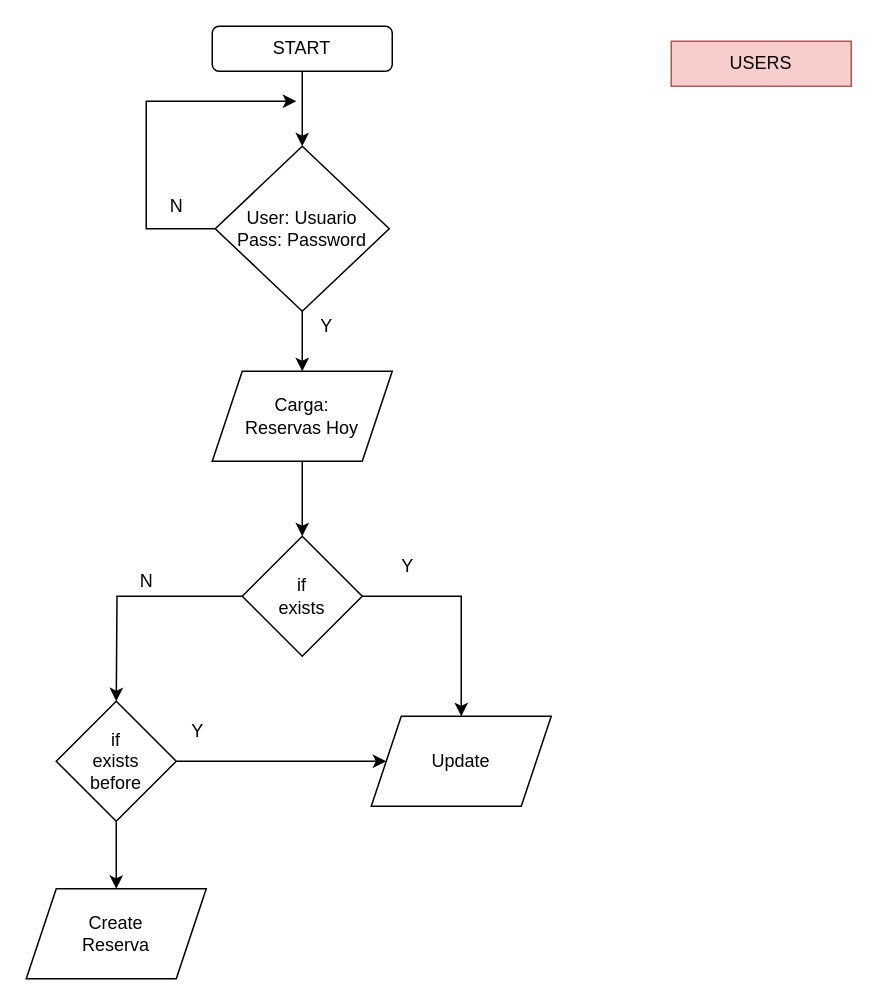
Earlier version of the draw.io diagram page "BackEnd - Users" (1 of 2) of web-checkin/Algorithm - Back End.drawio (danielo101/db-diagrams). Source tidied: cells renumbered, new cells numbered last; positions are measured from the earlier drawing's top-left corner, leaving out a move shared by most shapes. Both pictures are drawn from the tidied source at 150%, with x=0, y=0 at pixel (26, 26).
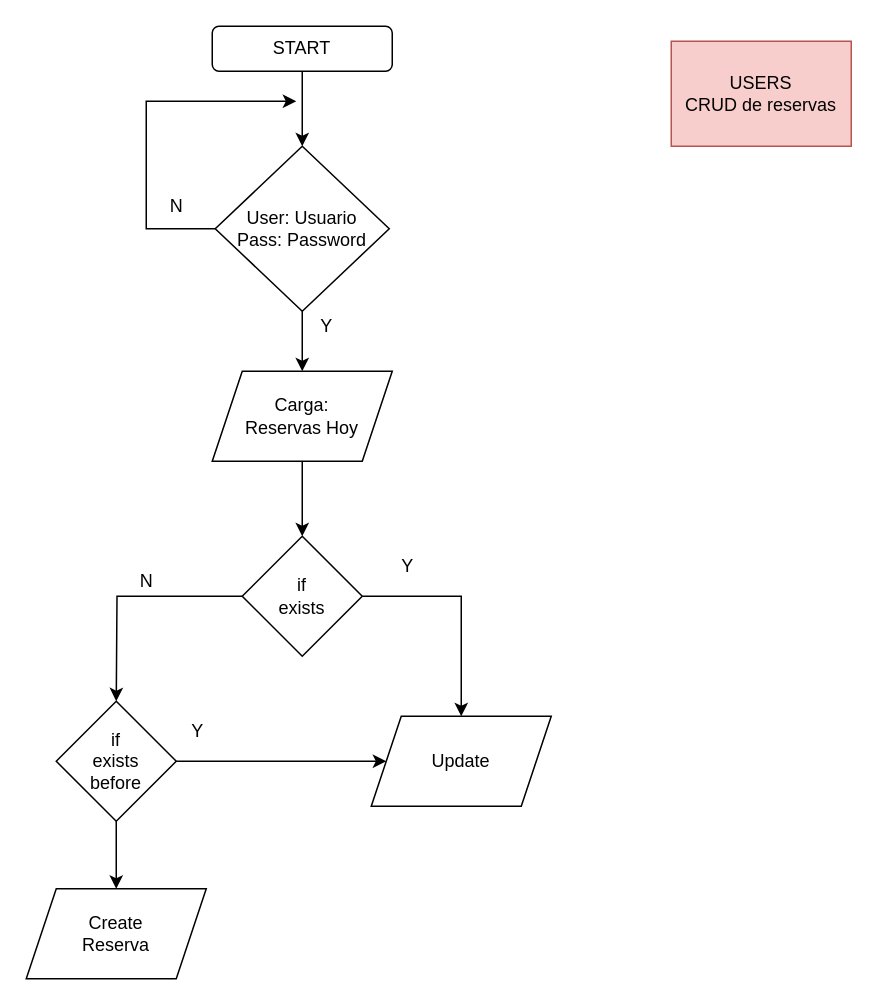
After the change.

What changed in the source:
```diff
@@
-    <mxCell id="22" value="USERS" style="rounded=0;whiteSpace=wrap;html=1;fillColor=#f8cecc;strokeColor=#b85450;" parent="1" vertex="1">
-      <mxGeometry x="430" y="10" width="120" height="30" as="geometry" />
+    <mxCell id="22" value="&lt;div&gt;USERS&lt;/div&gt;&lt;div&gt;CRUD de reservas&lt;/div&gt;" style="rounded=0;whiteSpace=wrap;html=1;fillColor=#f8cecc;strokeColor=#b85450;" parent="1" vertex="1">
+      <mxGeometry x="430" y="10" width="120" height="70" as="geometry" />
     </mxCell>
```
